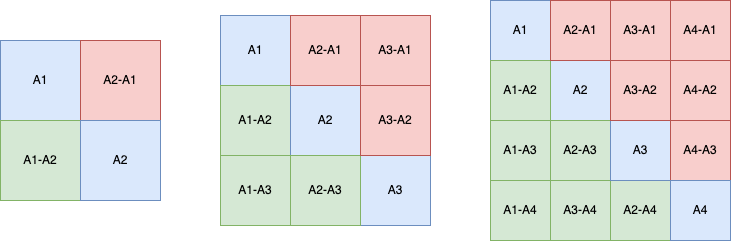
Earlier version of the draw.io export img/Multi_Area.png (NN4Neurosim/nn4n). Source tidied: cells renumbered, new cells last; positions are measured from the earlier drawing's top-left corner, leaving out a move shared by most shapes.
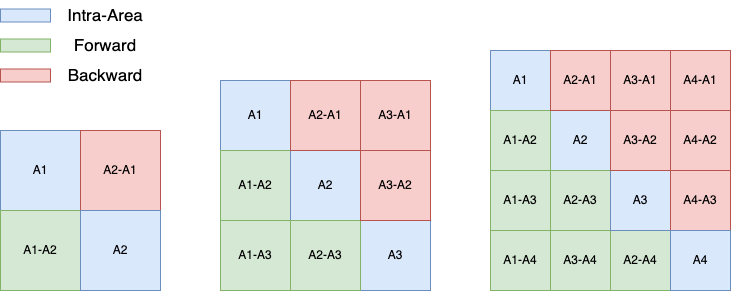
After the change.

The edit, as a diff of the source:
```diff
@@ -3,49 +3,49 @@
     <mxCell id="0" />
     <mxCell id="1" parent="0" />
     <mxCell id="2" style="whiteSpace=wrap;html=1;" parent="1" vertex="1">
-      <mxGeometry y="40" width="160" height="160" as="geometry" />
+      <mxGeometry y="80" width="160" height="160" as="geometry" />
     </mxCell>
     <mxCell id="3" value="A1" style="whiteSpace=wrap;html=1;fillColor=#dae8fc;strokeColor=#6c8ebf;" parent="1" vertex="1">
-      <mxGeometry y="40" width="80" height="80" as="geometry" />
+      <mxGeometry y="80" width="80" height="80" as="geometry" />
     </mxCell>
     <mxCell id="4" value="A1-A2" style="whiteSpace=wrap;html=1;fillColor=#d5e8d4;strokeColor=#82b366;" parent="1" vertex="1">
-      <mxGeometry y="120" width="80" height="80" as="geometry" />
+      <mxGeometry y="160" width="80" height="80" as="geometry" />
     </mxCell>
     <mxCell id="5" value="A2-A1" style="whiteSpace=wrap;html=1;fillColor=#f8cecc;strokeColor=#b85450;" parent="1" vertex="1">
-      <mxGeometry x="80" y="40" width="80" height="80" as="geometry" />
+      <mxGeometry x="80" y="80" width="80" height="80" as="geometry" />
     </mxCell>
     <mxCell id="6" value="A2" style="whiteSpace=wrap;html=1;fillColor=#dae8fc;strokeColor=#6c8ebf;" parent="1" vertex="1">
-      <mxGeometry x="80" y="120" width="80" height="80" as="geometry" />
+      <mxGeometry x="80" y="160" width="80" height="80" as="geometry" />
     </mxCell>
     <mxCell id="7" style="whiteSpace=wrap;html=1;" parent="1" vertex="1">
-      <mxGeometry x="220" y="15" width="210" height="210" as="geometry" />
+      <mxGeometry x="220" y="30" width="210" height="210" as="geometry" />
     </mxCell>
     <mxCell id="8" value="A1" style="whiteSpace=wrap;html=1;fillColor=#dae8fc;strokeColor=#6c8ebf;" parent="1" vertex="1">
-      <mxGeometry x="220" y="15" width="70" height="70" as="geometry" />
+      <mxGeometry x="220" y="30" width="70" height="70" as="geometry" />
     </mxCell>
     <mxCell id="9" value="A1-A2" style="whiteSpace=wrap;html=1;fillColor=#d5e8d4;strokeColor=#82b366;" parent="1" vertex="1">
-      <mxGeometry x="220" y="85" width="70" height="70" as="geometry" />
+      <mxGeometry x="220" y="100" width="70" height="70" as="geometry" />
     </mxCell>
     <mxCell id="10" value="A2" style="whiteSpace=wrap;html=1;fillColor=#dae8fc;strokeColor=#6c8ebf;" parent="1" vertex="1">
-      <mxGeometry x="290" y="85" width="70" height="70" as="geometry" />
+      <mxGeometry x="290" y="100" width="70" height="70" as="geometry" />
     </mxCell>
     <mxCell id="11" value="A3" style="whiteSpace=wrap;html=1;fillColor=#dae8fc;strokeColor=#6c8ebf;" parent="1" vertex="1">
-      <mxGeometry x="360" y="155" width="70" height="70" as="geometry" />
+      <mxGeometry x="360" y="170" width="70" height="70" as="geometry" />
     </mxCell>
     <mxCell id="12" value="A2-A1" style="whiteSpace=wrap;html=1;fillColor=#f8cecc;strokeColor=#b85450;" parent="1" vertex="1">
-      <mxGeometry x="290" y="15" width="70" height="70" as="geometry" />
+      <mxGeometry x="290" y="30" width="70" height="70" as="geometry" />
     </mxCell>
     <mxCell id="13" value="A2-A3" style="whiteSpace=wrap;html=1;fillColor=#d5e8d4;strokeColor=#82b366;" parent="1" vertex="1">
-      <mxGeometry x="290" y="155" width="70" height="70" as="geometry" />
+      <mxGeometry x="290" y="170" width="70" height="70" as="geometry" />
     </mxCell>
     <mxCell id="14" value="A3-A2" style="whiteSpace=wrap;html=1;fillColor=#f8cecc;strokeColor=#b85450;" parent="1" vertex="1">
-      <mxGeometry x="360" y="85" width="70" height="70" as="geometry" />
+      <mxGeometry x="360" y="100" width="70" height="70" as="geometry" />
     </mxCell>
     <mxCell id="15" value="A3-A1" style="whiteSpace=wrap;html=1;fillColor=#f8cecc;strokeColor=#b85450;" parent="1" vertex="1">
-      <mxGeometry x="360" y="15" width="70" height="70" as="geometry" />
+      <mxGeometry x="360" y="30" width="70" height="70" as="geometry" />
     </mxCell>
     <mxCell id="16" value="A1-A3" style="whiteSpace=wrap;html=1;fillColor=#d5e8d4;strokeColor=#82b366;" parent="1" vertex="1">
-      <mxGeometry x="220" y="155" width="70" height="70" as="geometry" />
+      <mxGeometry x="220" y="170" width="70" height="70" as="geometry" />
     </mxCell>
     <mxCell id="17" style="whiteSpace=wrap;html=1;" parent="1" vertex="1">
       <mxGeometry x="490" width="240" height="240" as="geometry" />
@@ -98,5 +98,23 @@
     <mxCell id="33" value="A4" style="whiteSpace=wrap;html=1;fillColor=#dae8fc;strokeColor=#6c8ebf;" parent="1" vertex="1">
       <mxGeometry x="670" y="180" width="60" height="60" as="geometry" />
     </mxCell>
+    <mxCell id="34" style="rounded=0;whiteSpace=wrap;html=1;fillColor=#dae8fc;strokeColor=#6c8ebf;fontSize=17;" parent="1" vertex="1">
+      <mxGeometry y="-41.5" width="50" height="13" as="geometry" />
+    </mxCell>
+    <mxCell id="35" value="Intra-Area" style="text;html=1;strokeColor=none;fillColor=none;align=center;verticalAlign=middle;whiteSpace=wrap;rounded=0;fontSize=17;" parent="1" vertex="1">
+      <mxGeometry x="50" y="-50" width="110" height="30" as="geometry" />
+    </mxCell>
+    <mxCell id="36" style="rounded=0;whiteSpace=wrap;html=1;fillColor=#d5e8d4;strokeColor=#82b366;fontSize=17;" parent="1" vertex="1">
+      <mxGeometry y="-11.5" width="50" height="13" as="geometry" />
+    </mxCell>
+    <mxCell id="37" style="rounded=0;whiteSpace=wrap;html=1;fillColor=#f8cecc;strokeColor=#b85450;fontSize=17;" parent="1" vertex="1">
+      <mxGeometry y="18.5" width="50" height="13" as="geometry" />
+    </mxCell>
+    <mxCell id="38" value="Forward" style="text;html=1;strokeColor=none;fillColor=none;align=center;verticalAlign=middle;whiteSpace=wrap;rounded=0;fontSize=17;" parent="1" vertex="1">
+      <mxGeometry x="50" y="-20" width="110" height="30" as="geometry" />
+    </mxCell>
+    <mxCell id="39" value="Backward" style="text;html=1;strokeColor=none;fillColor=none;align=center;verticalAlign=middle;whiteSpace=wrap;rounded=0;fontSize=17;" parent="1" vertex="1">
+      <mxGeometry x="50" y="10" width="110" height="30" as="geometry" />
+    </mxCell>
   </root>
 </mxGraphModel>
```
